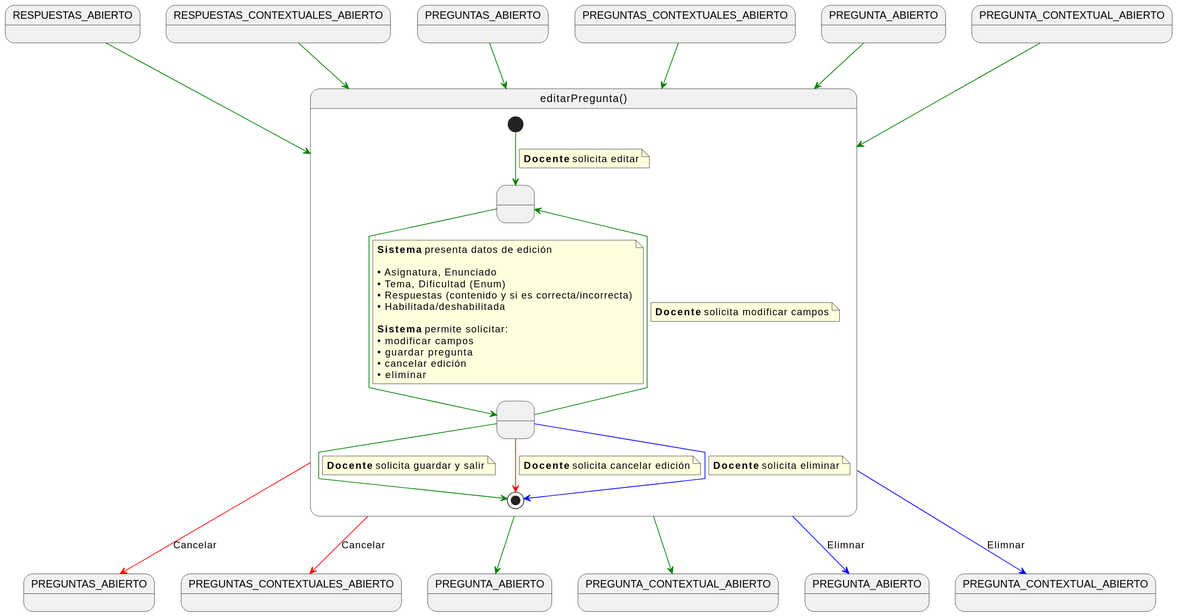
martinlopez7/25-26-IdSw1-SdR keeps this PlantUML diagram as documents/casos-de-uso/detalladoCasosDeUso/editarPregunta/editarPregunta.svg. Above is the earlier version.
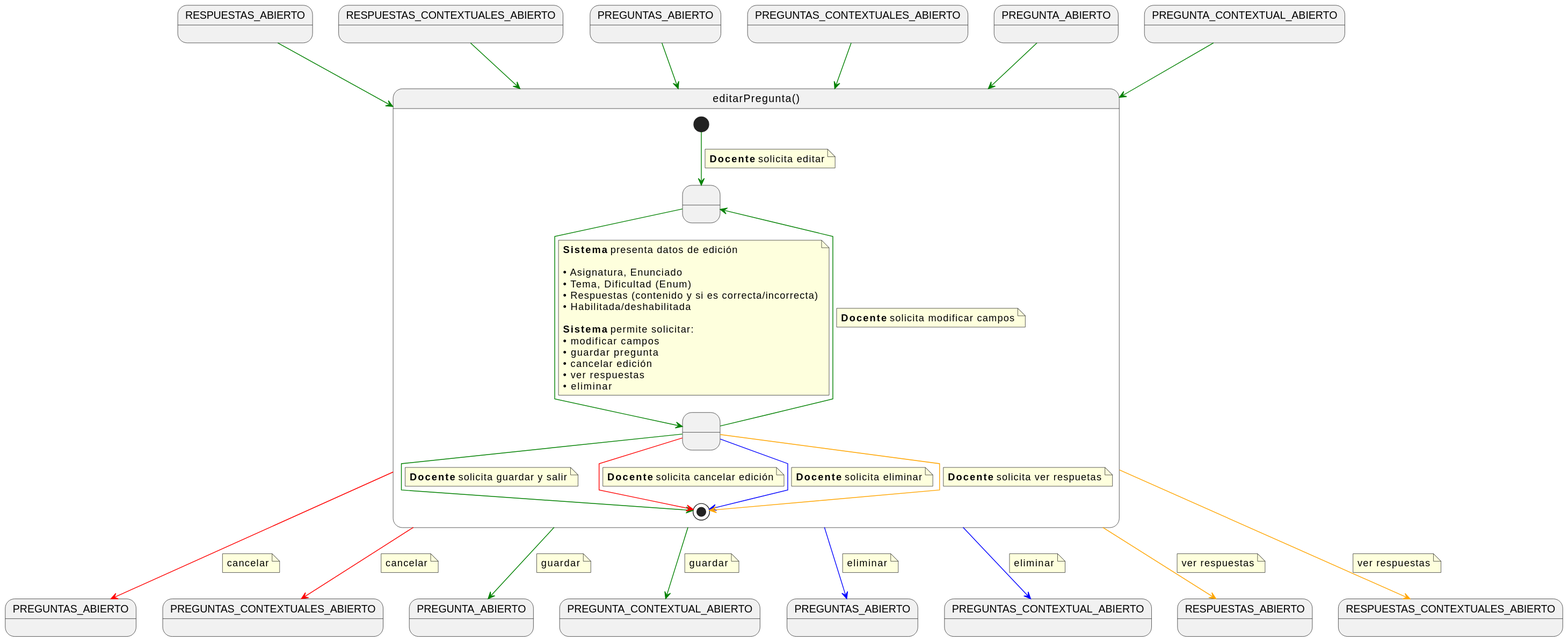
Later version of the same file.

What changed in the source:
```diff
@@ -11,8 +11,10 @@
 state PREGUNTAS_CONTEXTUALES_ABIERTO2 as "PREGUNTAS_CONTEXTUALES_ABIERTO"
 state PREGUNTA_ABIERTO2 as "PREGUNTA_ABIERTO"
 state PREGUNTA_CONTEXTUAL_ABIERTO2 as "PREGUNTA_CONTEXTUAL_ABIERTO"
-state PREGUNTA_ABIERTO3 as "PREGUNTA_ABIERTO"
-state PREGUNTAS_CONTEXTUALES_ABIERTO3 as "PREGUNTA_CONTEXTUAL_ABIERTO"
+state PREGUNTAS_ABIERTO3 as "PREGUNTAS_ABIERTO"
+state PREGUNTAS_CONTEXTUALES_ABIERTO3 as "PREGUNTAS_CONTEXTUAL_ABIERTO"
+state RESPUESTAS_ABIERTO2 as "RESPUESTAS_ABIERTO"
+state RESPUESTAS_CONTEXTUALES_ABIERTO2 as "RESPUESTAS_CONTEXTUALES_ABIERTO"
 
 RESPUESTAS_ABIERTO -[#green]-> editarPregunta
 RESPUESTAS_CONTEXTUALES_ABIERTO -[#green]-> editarPregunta
@@ -44,6 +46,7 @@
     • modificar campos
     • guardar pregunta
     • cancelar edición
+    • ver respuestas
     • eliminar
     end note
 
@@ -66,19 +69,51 @@
     note on link
     <b>Docente</b> solicita eliminar
     end note
+
+    GuardandoDatos -[#orange]-> [*]
+    note on link
+    <b>Docente</b> solicita ver respuetas
+    end note
 }
 
 
 editarPregunta -[#green]-> PREGUNTA_ABIERTO2
-
+note on link
+guardar
+end note
 
 editarPregunta -[#green]-> PREGUNTA_CONTEXTUAL_ABIERTO2
+note on link
+guardar
+end note
 
+editarPregunta -[#red]-> PREGUNTAS_ABIERTO2
+note on link
+cancelar
+end note
 
-editarPregunta -[#red]-> PREGUNTAS_ABIERTO2 : Cancelar
+editarPregunta -[#red]-> PREGUNTAS_CONTEXTUALES_ABIERTO2
+note on link
+cancelar
+end note
 
-editarPregunta -[#red]-> PREGUNTAS_CONTEXTUALES_ABIERTO2 : Cancelar
+editarPregunta -[#blue]-> PREGUNTAS_CONTEXTUALES_ABIERTO3
+note on link
+eliminar
+end note
 
-editarPregunta -[#blue]-> PREGUNTAS_CONTEXTUALES_ABIERTO3 : Elimnar
-editarPregunta -[#blue]-> PREGUNTA_ABIERTO3 : Elimnar
+editarPregunta -[#blue]-> PREGUNTAS_ABIERTO3
+note on link
+eliminar
+end note
+
+editarPregunta -[#orange]-> RESPUESTAS_ABIERTO2
+note on link
+ver respuestas
+end note
+
+editarPregunta -[#orange]-> RESPUESTAS_CONTEXTUALES_ABIERTO2
+note on link
+ver respuestas
+end note
 @enduml
```
